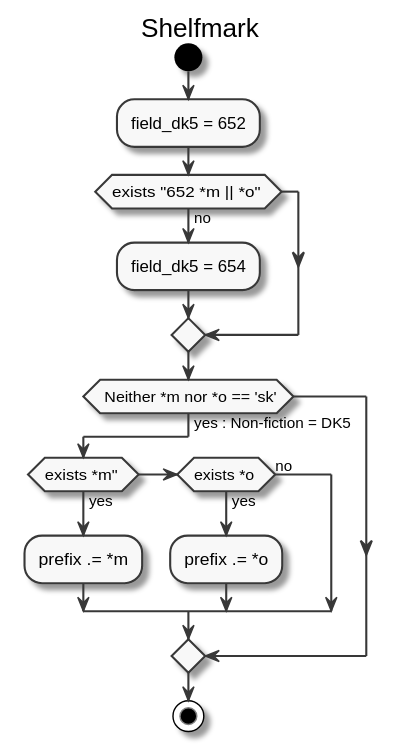
The PlantUML diagram docs/react/localisation/shelfmark2.svg in danskernesdigitalebibliotek/plantuml, before a commit.
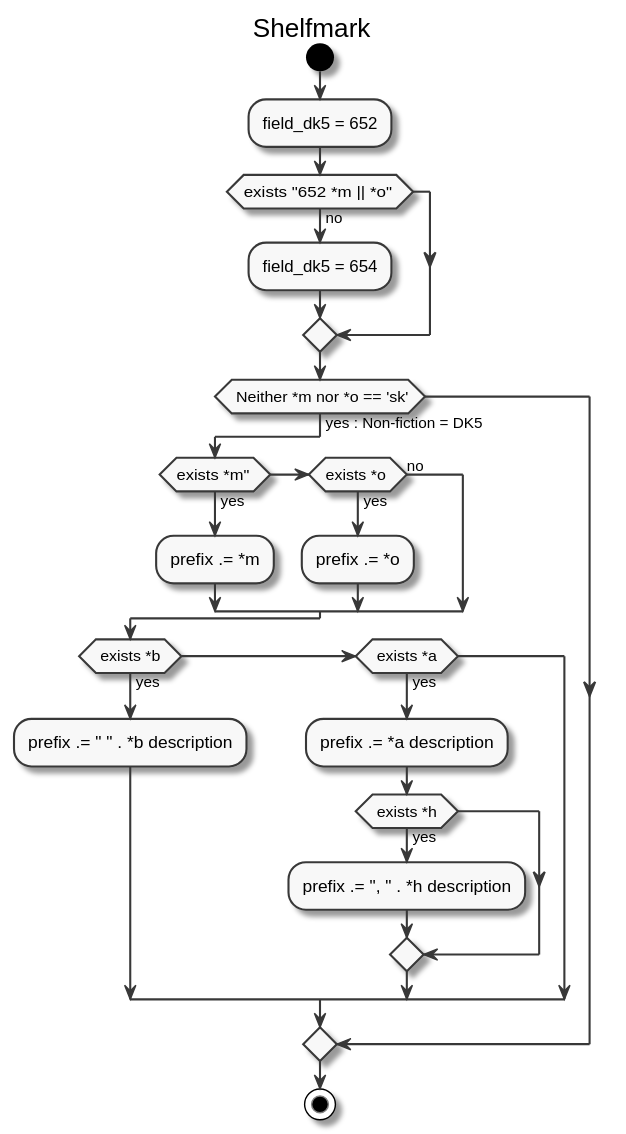
After the change.

What changed in the source:
```diff
@@ -18,6 +18,14 @@
         :prefix .= *o;
     else (no)
     endif
+    if ( exists *b ) then (yes)
+        :prefix .= " " . *b description;
+    elseif ( exists *a ) then (yes)
+            :prefix .= *a description;
+        if ( exists *h ) then (yes)
+            :prefix .= ", " . *h description;
+        endif
+    endif
 
 endif
 
```
